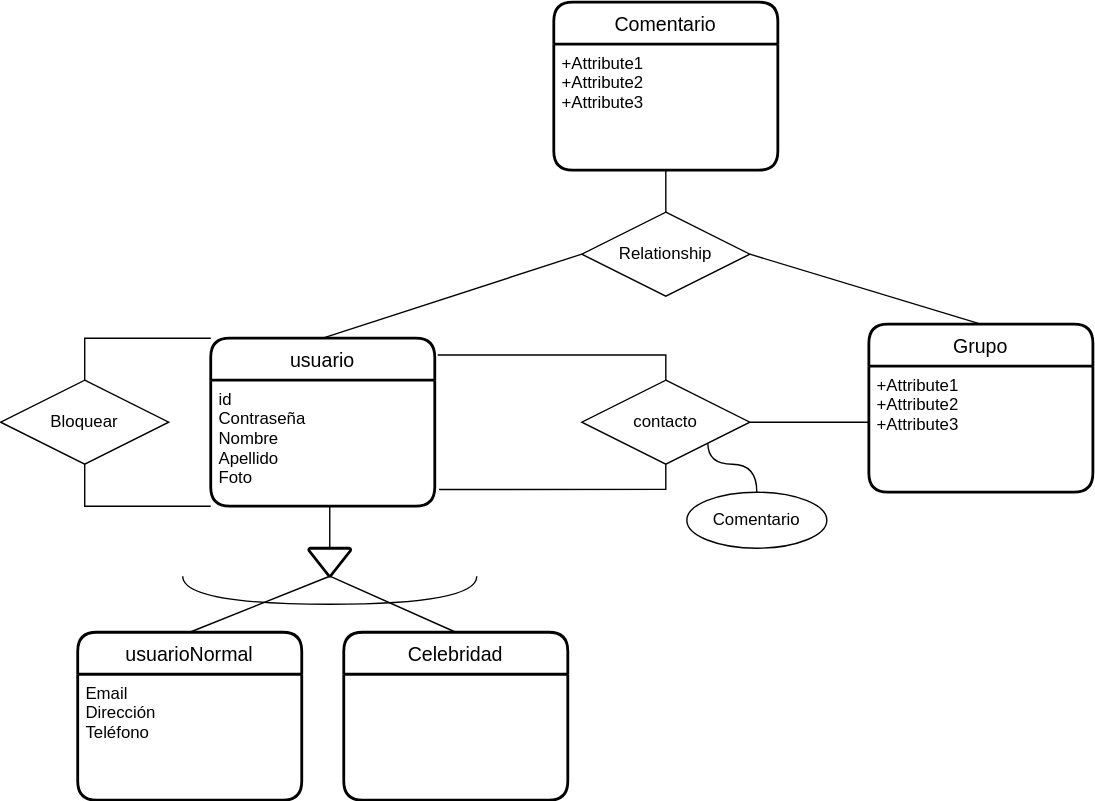
Above: UD12-14.svg in Jimxx22/C3-UD11-UML (draw.io), before the change. Source tidied: cells renumbered, new cells last; positions are measured from the earlier drawing's top-left corner, leaving out a move shared by most shapes.
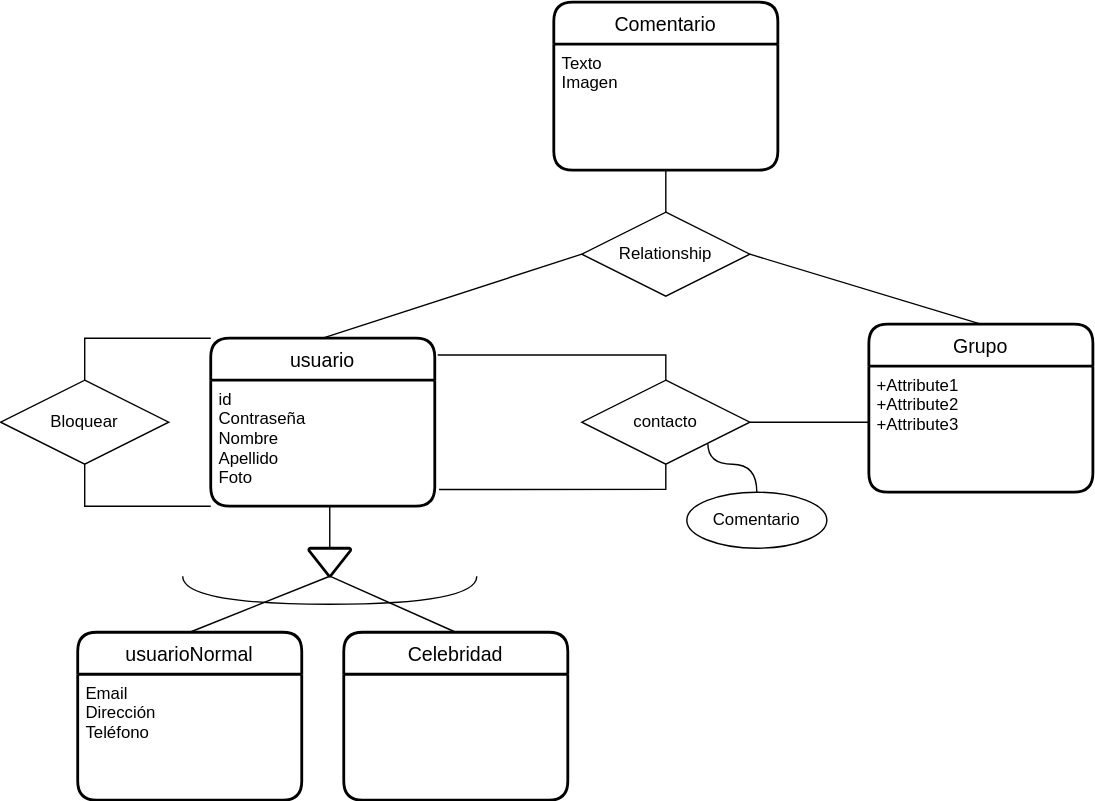
After the commit.

What changed in the source:
```diff
@@ -29,7 +29,7 @@
     <mxCell id="10" value="Comentario" style="swimlane;horizontal=1;startSize=30;rounded=1;fontSize=14;fontStyle=0;strokeWidth=2;shadow=0;dashed=0;align=center;" parent="1" vertex="1">
       <mxGeometry x="395" width="160" height="120" as="geometry" />
     </mxCell>
-    <mxCell id="11" value="+Attribute1&#10;+Attribute2&#10;+Attribute3" style="align=left;strokeColor=none;fillColor=none;spacingLeft=4;fontSize=12;verticalAlign=top;" parent="10" vertex="1">
+    <mxCell id="11" value="Texto&#10;Imagen&#10;" style="align=left;strokeColor=none;fillColor=none;spacingLeft=4;fontSize=12;verticalAlign=top;" parent="10" vertex="1">
       <mxGeometry y="30" width="160" height="90" as="geometry" />
     </mxCell>
     <mxCell id="12" style="edgeStyle=orthogonalEdgeStyle;rounded=0;jettySize=auto;html=1;exitX=0.5;exitY=0;exitDx=0;exitDy=0;entryX=1.013;entryY=0.1;entryDx=0;entryDy=0;entryPerimeter=0;endArrow=none;endFill=0;" parent="1" edge="1" source="15" target="2">
```
